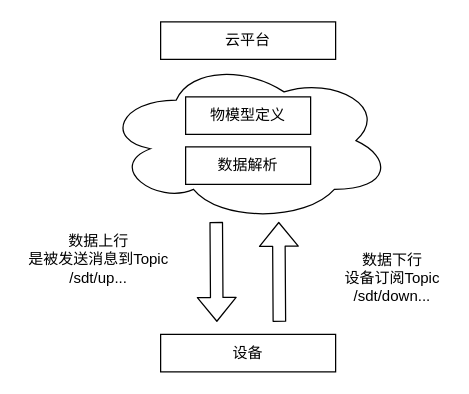
Before: 物模型数据解析流程图.drawio in wjwzero/DesignDrawing-, a draw.io diagram. Source tidied: cells renumbered, new cells numbered last; positions are measured from the earlier drawing's top-left corner, leaving out a move shared by most shapes. Both pictures are drawn from the tidied source at 125%, with x=0, y=0 at pixel (21, 21).
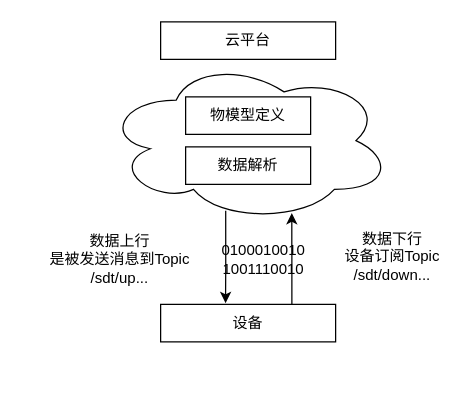
The same page after the edit.

Commit message (it also covers changes not shown here):
更新物模型数据解析流程图.drawio

Diff of the diagram source:
```diff
@@
 <mxGraphModel>
   <root>
     <mxCell id="0" />
     <mxCell id="1" parent="0" />
     <mxCell id="2" value="云平台" style="rounded=0;whiteSpace=wrap;html=1;" parent="1" vertex="1">
       <mxGeometry x="111" width="140" height="30" as="geometry" />
     </mxCell>
+    <mxCell id="11" style="edgeStyle=orthogonalEdgeStyle;rounded=0;jettySize=auto;html=1;exitX=0.422;exitY=0.931;exitDx=0;exitDy=0;exitPerimeter=0;entryX=0.371;entryY=-0.033;entryDx=0;entryDy=0;entryPerimeter=0;" parent="1" edge="1" source="3" target="8">
+      <mxGeometry relative="1" as="geometry" />
+    </mxCell>
     <mxCell id="3" style="ellipse;shape=cloud;whiteSpace=wrap;html=1;" parent="1" vertex="1">
       <mxGeometry x="66" y="30" width="230" height="130" as="geometry" />
     </mxCell>
     <mxCell id="4" value="物模型定义" style="rounded=0;whiteSpace=wrap;html=1;" parent="1" vertex="1">
       <mxGeometry x="131" y="60" width="100" height="30" as="geometry" />
     </mxCell>
     <mxCell id="5" value="数据解析" style="rounded=0;whiteSpace=wrap;html=1;" parent="1" vertex="1">
       <mxGeometry x="131" y="100" width="100" height="30" as="geometry" />
     </mxCell>
-    <mxCell id="6" style="shape=flexArrow;endArrow=classic;html=1;" parent="1" edge="1">
-      <mxGeometry relative="1" as="geometry">
-        <mxPoint x="155.5" y="160" as="sourcePoint" />
-        <mxPoint x="156" y="240" as="targetPoint" />
-      </mxGeometry>
-    </mxCell>
-    <mxCell id="7" style="shape=flexArrow;endArrow=classic;html=1;" parent="1" edge="1">
-      <mxGeometry relative="1" as="geometry">
-        <mxPoint x="206" y="240" as="sourcePoint" />
-        <mxPoint x="205.5" y="160" as="targetPoint" />
-      </mxGeometry>
-    </mxCell>
+    <mxCell id="12" style="edgeStyle=orthogonalEdgeStyle;rounded=0;jettySize=auto;html=1;exitX=0.75;exitY=0;exitDx=0;exitDy=0;entryX=0.652;entryY=0.946;entryDx=0;entryDy=0;entryPerimeter=0;" parent="1" edge="1" source="8" target="3">
+      <mxGeometry relative="1" as="geometry" />
+    </mxCell>
     <mxCell id="8" value="设备" style="rounded=0;whiteSpace=wrap;html=1;" parent="1" vertex="1">
-      <mxGeometry x="111" y="250" width="140" height="30" as="geometry" />
+      <mxGeometry x="111" y="226" width="140" height="30" as="geometry" />
     </mxCell>
     <mxCell id="9" value="数据上行&lt;br&gt;是被发送消息到Topic&lt;br&gt;/sdt/up..." style="text;html=1;align=center;verticalAlign=middle;" parent="1" vertex="1">
-      <mxGeometry y="167" width="122" height="46" as="geometry" />
+      <mxGeometry x="17" y="167" width="122" height="46" as="geometry" />
     </mxCell>
     <mxCell id="10" value="数据下行&lt;br&gt;设备订阅Topic&lt;br&gt;/sdt/down..." style="text;html=1;align=center;verticalAlign=middle;" parent="1" vertex="1">
-      <mxGeometry x="251" y="180" width="90" height="50" as="geometry" />
+      <mxGeometry x="251" y="163" width="90" height="50" as="geometry" />
     </mxCell>
+    <mxCell id="13" value="0100010010&lt;br&gt;1001110010" style="text;html=1;align=center;verticalAlign=middle;" parent="1" vertex="1">
+      <mxGeometry x="154" y="174" width="77" height="32" as="geometry" />
+    </mxCell>
   </root>
 </mxGraphModel>
```
